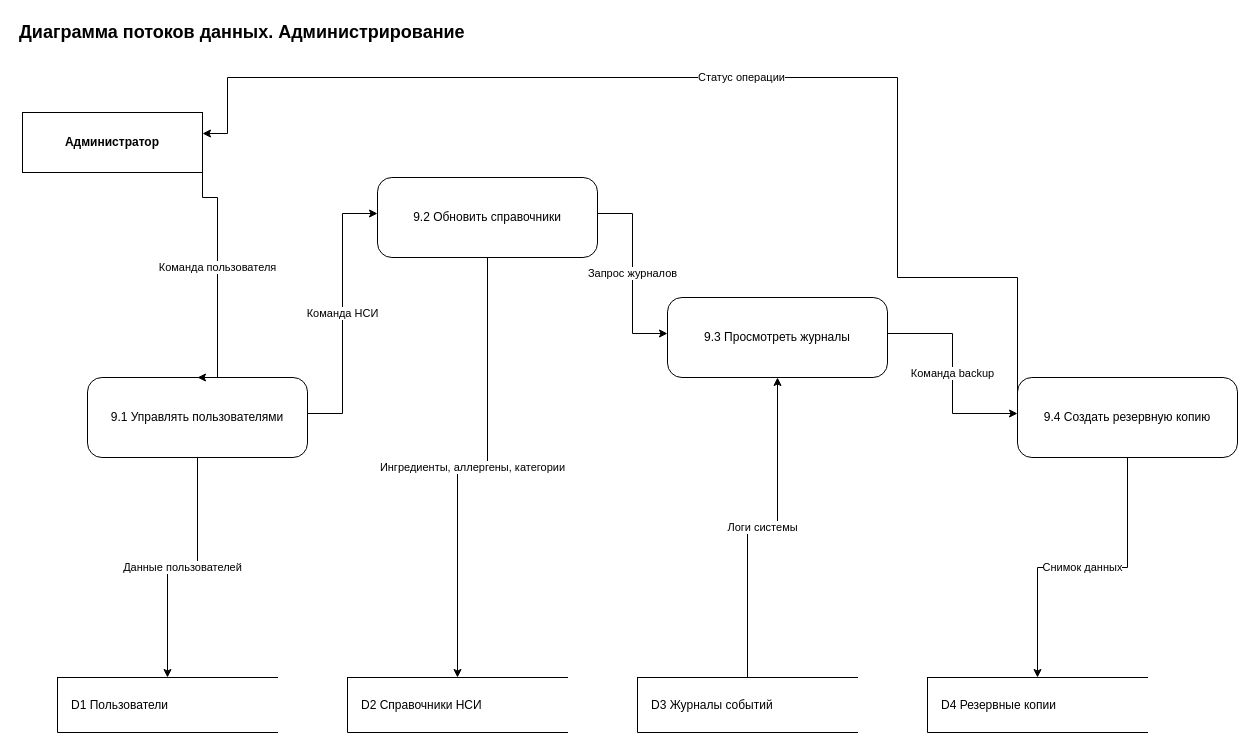
Earlier version of the draw.io diagram Optimization-Methods/laba_2/diagrams/Potoki/09_Администрирование.drawio (Skipl1/ASOIU). Source tidied: cells renumbered, new cells numbered last; positions are measured from the earlier drawing's top-left corner, leaving out a move shared by most shapes. Both pictures are drawn from the tidied source at 100%, with x=0, y=0 at pixel (17, 17).
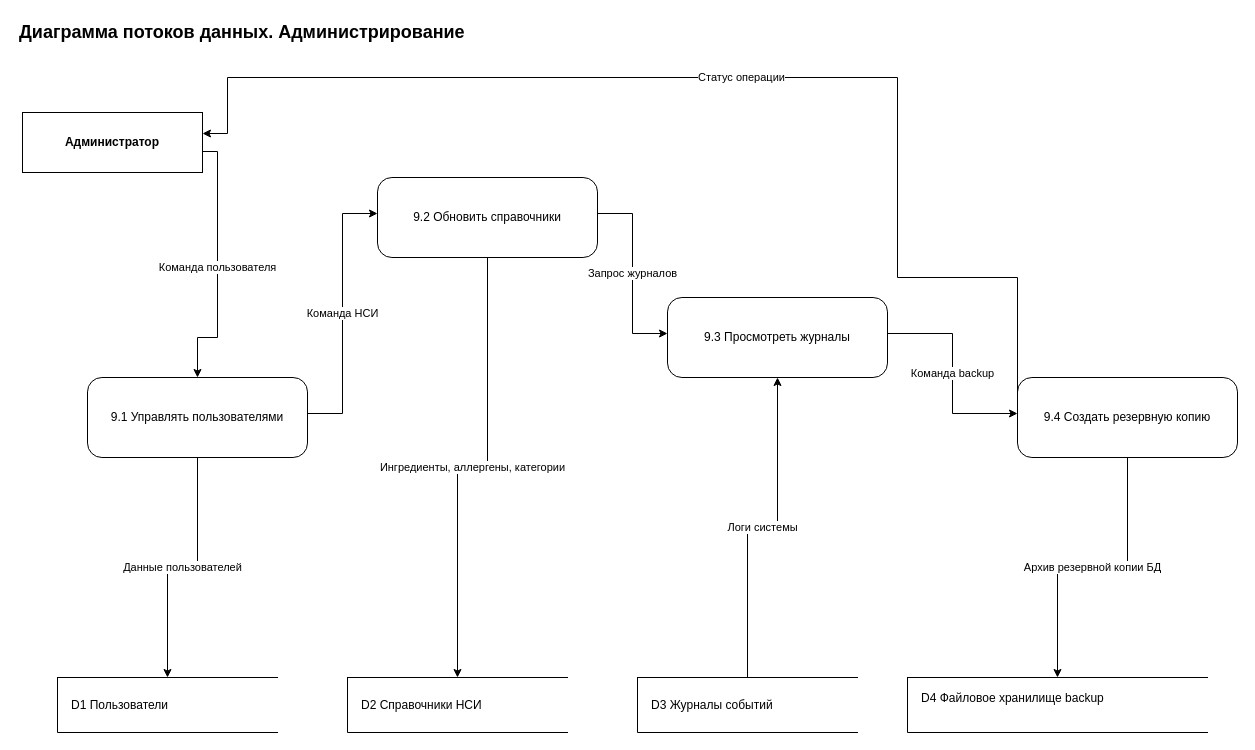
After the change.

The change refers to these unchanged cells:
```xml
<mxCell id="3" value="Администратор" style="rounded=0;whiteSpace=wrap;html=1;fillColor=#ffffff;strokeColor=#000000;fontStyle=1;" parent="1" vertex="1">
  <mxGeometry x="5" y="95" width="180" height="60" as="geometry" />
</mxCell>
<mxCell id="4" value="9.1 Управлять пользователями" style="rounded=1;whiteSpace=wrap;html=1;arcSize=18;fillColor=#ffffff;strokeColor=#000000;" parent="1" vertex="1">
  <mxGeometry x="70" y="360" width="220" height="80" as="geometry" />
</mxCell>
<mxCell id="7" value="9.4 Создать резервную копию" style="rounded=1;whiteSpace=wrap;html=1;arcSize=18;fillColor=#ffffff;strokeColor=#000000;" parent="1" vertex="1">
  <mxGeometry x="1000" y="360" width="220" height="80" as="geometry" />
</mxCell>
```

The edit, as a diff of the source:
```diff
@@
-    <mxCell id="11" value="D4 Резервные копии" style="shape=partialRectangle;right=0;whiteSpace=wrap;html=1;fillColor=#ffffff;strokeColor=#000000;align=left;spacingLeft=12;" parent="1" vertex="1">
-      <mxGeometry x="910" y="660" width="220" height="55" as="geometry" />
+    <mxCell id="11" value="D4 Файловое хранилище backup&lt;div&gt;&lt;br/&gt;&lt;/div&gt;" style="shape=partialRectangle;right=0;whiteSpace=wrap;html=1;fillColor=#ffffff;strokeColor=#000000;align=left;spacingLeft=12;" parent="1" vertex="1">
+      <mxGeometry x="890" y="660" width="300" height="55" as="geometry" />
     </mxCell>
     <mxCell id="12" value="Команда пользователя" style="endArrow=classic;html=1;rounded=0;edgeStyle=orthogonalEdgeStyle;exitX=1;exitY=0.65;entryX=0.5;entryY=0;" parent="1" edge="1" source="3" target="4">
       <mxGeometry relative="1" as="geometry">
         <Array as="points">
-          <mxPoint x="200" y="180" />
+          <mxPoint x="200" y="134" />
+          <mxPoint x="200" y="320" />
+          <mxPoint x="180" y="320" />
         </Array>
       </mxGeometry>
     </mxCell>
@@
-    <mxCell id="19" value="Снимок данных" style="endArrow=classic;html=1;rounded=0;edgeStyle=orthogonalEdgeStyle;exitX=0.5;exitY=1;entryX=0.5;entryY=0;" parent="1" edge="1" source="7" target="11">
+    <mxCell id="19" value="Архив резервной копии БД" style="endArrow=classic;html=1;rounded=0;edgeStyle=orthogonalEdgeStyle;exitX=0.5;exitY=1;entryX=0.5;entryY=0;" parent="1" edge="1" source="7" target="11">
       <mxGeometry relative="1" as="geometry" />
     </mxCell>
```
